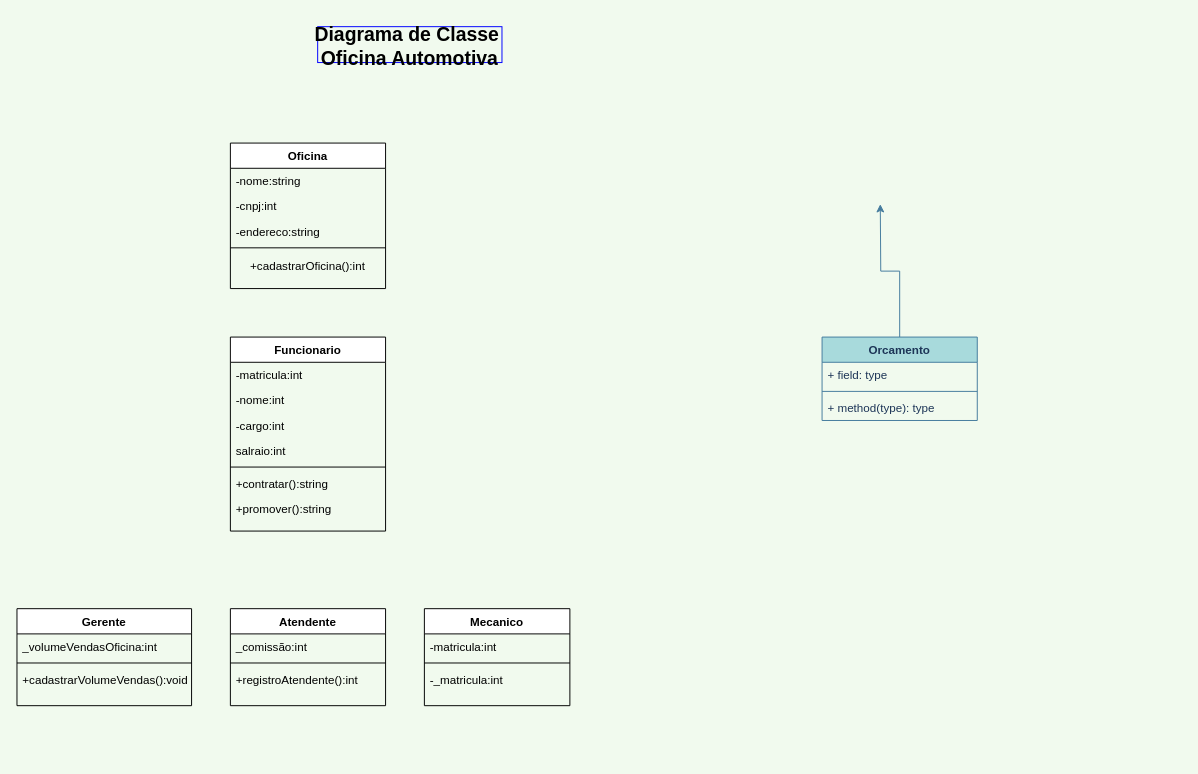
The draw.io diagram diagrama CRM Automotivo.drawio in Jcblustosa/crm-auto, before the edit. Source tidied: cells renumbered, new cells numbered last; positions are measured from the earlier drawing's top-left corner, leaving out a move shared by most shapes. Both pictures are drawn from the tidied source at 97%, with x=0, y=0 at pixel (16, 26).
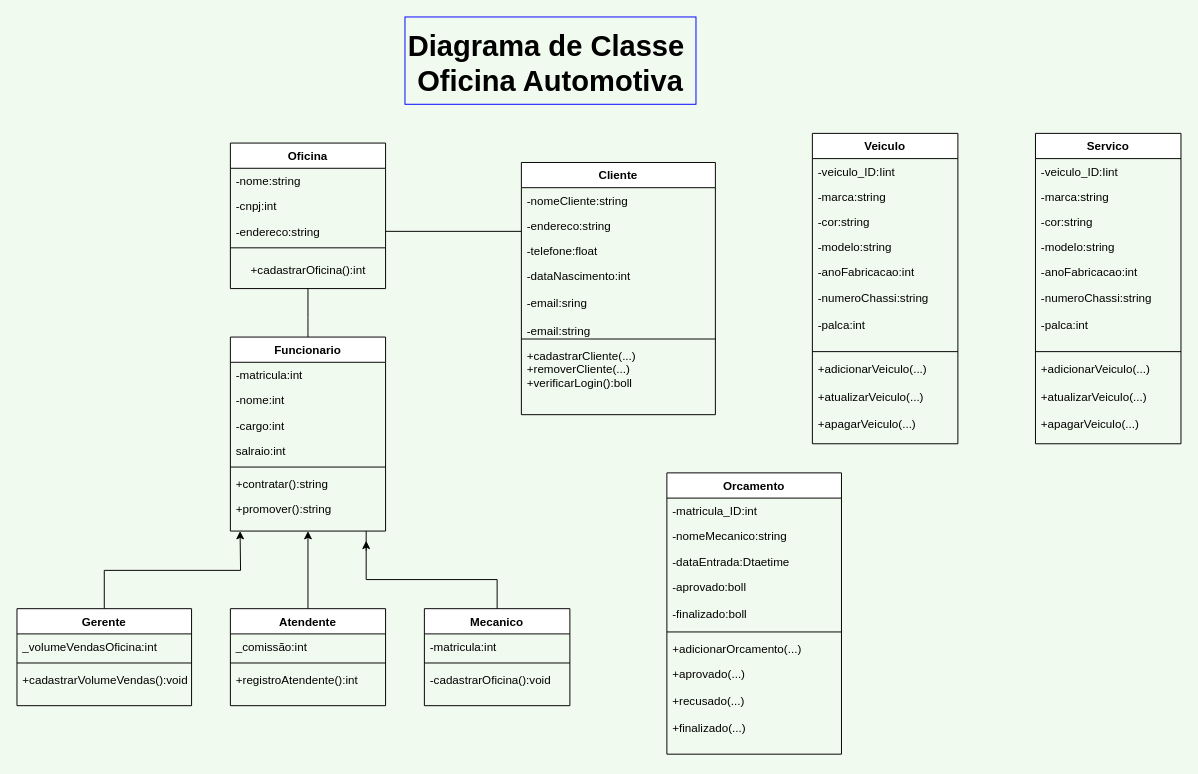
The same diagram, later.

The change refers to these unchanged cells:
```xml
<mxCell id="8" value="Oficina" style="swimlane;fontStyle=1;align=center;verticalAlign=top;horizontal=1;startSize=26;rounded=0;shadow=0;strokeWidth=1;" parent="1" vertex="1">
  <mxGeometry x="220" y="120" width="160" height="150" as="geometry" />
</mxCell>
<mxCell id="11" value="-endereco:string" style="text;align=left;verticalAlign=top;spacingLeft=4;spacingRight=4;overflow=hidden;points=[[0,0.5],[1,0.5]];portConstraint=eastwest;rounded=0;shadow=0;html=0;" parent="8" vertex="1">
  <mxGeometry y="78" width="160" height="26" as="geometry" />
</mxCell>
<mxCell id="14" value="Funcionario" style="swimlane;fontStyle=1;align=center;verticalAlign=top;horizontal=1;startSize=26;rounded=0;shadow=0;strokeWidth=1;" parent="1" vertex="1">
  <mxGeometry x="220" y="320" width="160" height="200" as="geometry" />
</mxCell>
<mxCell id="22" value="Gerente" style="swimlane;fontStyle=1;align=center;verticalAlign=top;horizontal=1;startSize=26;rounded=0;shadow=0;strokeWidth=1;" parent="1" vertex="1">
  <mxGeometry y="600" width="180" height="100" as="geometry" />
</mxCell>
<mxCell id="26" value="Atendente" style="swimlane;fontStyle=1;align=center;verticalAlign=top;horizontal=1;startSize=26;rounded=0;shadow=0;strokeWidth=1;" parent="1" vertex="1">
  <mxGeometry x="220" y="600" width="160" height="100" as="geometry" />
</mxCell>
<mxCell id="30" value="Mecanico" style="swimlane;fontStyle=1;align=center;verticalAlign=top;horizontal=1;startSize=26;rounded=0;shadow=0;strokeWidth=1;" parent="1" vertex="1">
  <mxGeometry x="420" y="600" width="150" height="100" as="geometry" />
</mxCell>
```

The edit, as a diff of the source:
```diff
@@
-    <mxCell id="2" style="edgeStyle=orthogonalEdgeStyle;rounded=0;jettySize=auto;html=1;labelBackgroundColor=#F1FAEE;strokeColor=#457B9D;fontColor=#1D3557;" parent="1" edge="1" source="3">
-      <mxGeometry relative="1" as="geometry">
-        <mxPoint x="890" y="183" as="targetPoint" />
-      </mxGeometry>
-    </mxCell>
-    <mxCell id="3" value="Orcamento" style="swimlane;fontStyle=1;align=center;verticalAlign=top;horizontal=1;startSize=26;fillColor=#A8DADC;strokeColor=#457B9D;fontColor=#1D3557;" parent="1" vertex="1">
-      <mxGeometry x="830" y="320" width="160" height="86" as="geometry" />
-    </mxCell>
-    <mxCell id="4" value="+ field: type" style="text;strokeColor=none;fillColor=none;align=left;verticalAlign=top;spacingLeft=4;spacingRight=4;overflow=hidden;fontColor=#1D3557;" parent="3" vertex="1">
-      <mxGeometry y="26" width="160" height="26" as="geometry" />
-    </mxCell>
-    <mxCell id="5" style="line;strokeWidth=1;fillColor=none;align=left;verticalAlign=middle;spacingTop=-1;spacingLeft=3;spacingRight=3;labelPosition=right;labelBackgroundColor=#F1FAEE;strokeColor=#457B9D;fontColor=#1D3557;" parent="3" vertex="1">
-      <mxGeometry y="52" width="160" height="8" as="geometry" />
-    </mxCell>
-    <mxCell id="6" value="+ method(type): type" style="text;strokeColor=none;fillColor=none;align=left;verticalAlign=top;spacingLeft=4;spacingRight=4;overflow=hidden;fontColor=#1D3557;" parent="3" vertex="1">
-      <mxGeometry y="60" width="160" height="26" as="geometry" />
-    </mxCell>
-    <mxCell id="7" value="Diagrama de Classe &#10;Oficina Automotiva" style="text;align=center;fontStyle=1;verticalAlign=middle;spacingLeft=3;spacingRight=3;strokeColor=#0000FF;fontSize=20;fontColor=#000000;" parent="1" vertex="1">
-      <mxGeometry x="310" width="190" height="37" as="geometry" />
+    <mxCell id="7" value="Diagrama de Classe &#10;Oficina Automotiva" style="text;align=center;fontStyle=1;verticalAlign=middle;spacingLeft=3;spacingRight=3;strokeColor=#0000FF;fontSize=30;fontColor=#000000;" parent="1" vertex="1">
+      <mxGeometry x="400" y="-10" width="300" height="90" as="geometry" />
     </mxCell>
@@
-    <mxCell id="13" value="+cadastrarOficina():int" style="text;html=1;strokeColor=none;fillColor=none;align=center;verticalAlign=middle;whiteSpace=wrap;rounded=0;" parent="8" vertex="1">
-      <mxGeometry y="112" width="160" height="30" as="geometry" />
-    </mxCell>
+    <mxCell id="34" value="&lt;font style=&quot;font-size: 12px&quot;&gt;+&lt;font style=&quot;font-size: 12px&quot;&gt;cadastrarOficina():int&lt;/font&gt;&lt;/font&gt;" style="text;html=1;align=center;verticalAlign=middle;strokeColor=none;fillColor=none;fontSize=20;" parent="8" vertex="1">
+      <mxGeometry y="112" width="160" height="30" as="geometry" />
+    </mxCell>
+    <mxCell id="35" style="endArrow=none;html=1;fontFamily=Helvetica;fontSize=30;fontColor=default;align=center;strokeColor=default;edgeStyle=orthogonalEdgeStyle;" parent="1" edge="1" source="14" target="8">
+      <mxGeometry relative="1" as="geometry">
+        <Array as="points">
+          <mxPoint x="300" y="310" />
+          <mxPoint x="300" y="310" />
+        </Array>
+      </mxGeometry>
+    </mxCell>
@@
+    <mxCell id="36" style="edgeStyle=orthogonalEdgeStyle;rounded=0;jettySize=auto;html=1;exitX=0.5;exitY=0;exitDx=0;exitDy=0;fontSize=30;" parent="1" edge="1" source="22">
+      <mxGeometry relative="1" as="geometry">
+        <mxPoint x="230" y="520" as="targetPoint" />
+      </mxGeometry>
+    </mxCell>
@@
+    <mxCell id="37" style="edgeStyle=orthogonalEdgeStyle;rounded=0;jettySize=auto;html=1;entryX=0.5;entryY=1;entryDx=0;entryDy=0;fontSize=30;" parent="1" edge="1" source="26" target="14">
+      <mxGeometry relative="1" as="geometry" />
+    </mxCell>
@@
+    <mxCell id="38" style="edgeStyle=orthogonalEdgeStyle;rounded=0;orthogonalLoop=1;jettySize=auto;html=1;fontSize=30;startArrow=none;" parent="1" edge="1">
+      <mxGeometry relative="1" as="geometry">
+        <mxPoint x="360" y="540" as="sourcePoint" />
+        <mxPoint x="360" y="530" as="targetPoint" />
+        <Array as="points">
+          <mxPoint x="360" y="530" />
+        </Array>
+      </mxGeometry>
+    </mxCell>
@@
-    <mxCell id="33" value="-_matricula:int" style="text;align=left;verticalAlign=top;spacingLeft=4;spacingRight=4;overflow=hidden;" parent="30" vertex="1">
+    <mxCell id="33" value="-cadastrarOficina():void" style="text;align=left;verticalAlign=top;spacingLeft=4;spacingRight=4;overflow=hidden;" parent="30" vertex="1">
       <mxGeometry y="60" width="150" height="26" as="geometry" />
     </mxCell>
+    <mxCell id="39" style="edgeStyle=orthogonalEdgeStyle;rounded=0;jettySize=auto;html=1;fontSize=30;endArrow=none;" parent="1" edge="1" source="30">
+      <mxGeometry relative="1" as="geometry">
+        <mxPoint x="360" y="520" as="targetPoint" />
+        <Array as="points">
+          <mxPoint x="495" y="570" />
+          <mxPoint x="360" y="570" />
+        </Array>
+      </mxGeometry>
+    </mxCell>
+    <mxCell id="40" value="Cliente" style="swimlane;fontStyle=1;align=center;verticalAlign=top;horizontal=1;startSize=26;rounded=0;shadow=0;strokeWidth=1;" parent="1" vertex="1">
+      <mxGeometry x="520" y="140" width="200" height="260" as="geometry" />
+    </mxCell>
+    <mxCell id="41" value="-nomeCliente:string" style="text;align=left;verticalAlign=top;spacingLeft=4;spacingRight=4;overflow=hidden;" parent="40" vertex="1">
+      <mxGeometry y="26" width="200" height="26" as="geometry" />
+    </mxCell>
+    <mxCell id="42" value="-endereco:string" style="text;align=left;verticalAlign=top;spacingLeft=4;spacingRight=4;overflow=hidden;rounded=0;shadow=0;html=0;" parent="40" vertex="1">
+      <mxGeometry y="52" width="200" height="26" as="geometry" />
+    </mxCell>
+    <mxCell id="43" value="-telefone:float" style="text;align=left;verticalAlign=top;spacingLeft=4;spacingRight=4;overflow=hidden;rounded=0;shadow=0;html=0;" parent="40" vertex="1">
+      <mxGeometry y="78" width="200" height="26" as="geometry" />
+    </mxCell>
+    <mxCell id="44" value="-dataNascimento:int&#10;&#10;-email:sring&#10;&#10;-email:string" style="text;align=left;verticalAlign=top;spacingLeft=4;spacingRight=4;overflow=hidden;rounded=0;shadow=0;html=0;textDirection=ltr;" parent="40" vertex="1">
+      <mxGeometry y="104" width="200" height="74" as="geometry" />
+    </mxCell>
+    <mxCell id="45" style="line;html=1;strokeWidth=1;align=left;verticalAlign=middle;spacingTop=-1;spacingLeft=3;spacingRight=3;labelPosition=right;" parent="40" vertex="1">
+      <mxGeometry y="178" width="200" height="8" as="geometry" />
+    </mxCell>
+    <mxCell id="46" value="+cadastrarCliente(...)&#10;+removerCliente(...)&#10;+verificarLogin():boll" style="text;align=left;verticalAlign=top;spacingLeft=4;spacingRight=4;overflow=hidden;" parent="40" vertex="1">
+      <mxGeometry y="186" width="200" height="64" as="geometry" />
+    </mxCell>
+    <mxCell id="3" value="Orcamento" style="swimlane;fontStyle=1;align=center;verticalAlign=top;horizontal=1;startSize=26;rounded=0;shadow=0;strokeWidth=1;" parent="1" vertex="1">
+      <mxGeometry x="670" y="460" width="180" height="290" as="geometry" />
+    </mxCell>
+    <mxCell id="47" value="-matricula_ID:int" style="text;align=left;verticalAlign=top;spacingLeft=4;spacingRight=4;overflow=hidden;" parent="3" vertex="1">
+      <mxGeometry y="26" width="180" height="26" as="geometry" />
+    </mxCell>
+    <mxCell id="48" value="-nomeMecanico:string" style="text;align=left;verticalAlign=top;spacingLeft=4;spacingRight=4;overflow=hidden;rounded=0;shadow=0;html=0;" parent="3" vertex="1">
+      <mxGeometry y="52" width="180" height="26" as="geometry" />
+    </mxCell>
+    <mxCell id="49" value="-dataEntrada:Dtaetime" style="text;align=left;verticalAlign=top;spacingLeft=4;spacingRight=4;overflow=hidden;rounded=0;shadow=0;html=0;" parent="3" vertex="1">
+      <mxGeometry y="78" width="180" height="26" as="geometry" />
+    </mxCell>
+    <mxCell id="50" value="-aprovado:boll&#10;&#10;-finalizado:boll" style="text;align=left;verticalAlign=top;spacingLeft=4;spacingRight=4;overflow=hidden;rounded=0;shadow=0;html=0;textDirection=ltr;" parent="3" vertex="1">
+      <mxGeometry y="104" width="180" height="56" as="geometry" />
+    </mxCell>
+    <mxCell id="51" style="line;html=1;strokeWidth=1;align=left;verticalAlign=middle;spacingTop=-1;spacingLeft=3;spacingRight=3;labelPosition=right;" parent="3" vertex="1">
+      <mxGeometry y="160" width="180" height="8" as="geometry" />
+    </mxCell>
+    <mxCell id="52" value="+adicionarOrcamento(...)" style="text;align=left;verticalAlign=top;spacingLeft=4;spacingRight=4;overflow=hidden;" parent="3" vertex="1">
+      <mxGeometry y="168" width="180" height="26" as="geometry" />
+    </mxCell>
+    <mxCell id="53" value="+aprovado(...)&#10;&#10;+recusado(...)&#10;&#10;+finalizado(...)" style="text;align=left;verticalAlign=top;spacingLeft=4;spacingRight=4;overflow=hidden;" parent="3" vertex="1">
+      <mxGeometry y="194" width="180" height="96" as="geometry" />
+    </mxCell>
+    <mxCell id="54" value="Veiculo" style="swimlane;fontStyle=1;align=center;verticalAlign=top;horizontal=1;startSize=26;rounded=0;shadow=0;strokeWidth=1;" parent="1" vertex="1">
+      <mxGeometry x="820" y="110" width="150" height="320" as="geometry" />
+    </mxCell>
+    <mxCell id="55" value="-veiculo_ID:Iint" style="text;align=left;verticalAlign=top;spacingLeft=4;spacingRight=4;overflow=hidden;" parent="54" vertex="1">
+      <mxGeometry y="26" width="150" height="26" as="geometry" />
+    </mxCell>
+    <mxCell id="56" value="-marca:string" style="text;align=left;verticalAlign=top;spacingLeft=4;spacingRight=4;overflow=hidden;rounded=0;shadow=0;html=0;" parent="54" vertex="1">
+      <mxGeometry y="52" width="150" height="26" as="geometry" />
+    </mxCell>
+    <mxCell id="57" value="-cor:string" style="text;align=left;verticalAlign=top;spacingLeft=4;spacingRight=4;overflow=hidden;rounded=0;shadow=0;html=0;" parent="54" vertex="1">
+      <mxGeometry y="78" width="150" height="26" as="geometry" />
+    </mxCell>
+    <mxCell id="58" value="-modelo:string" style="text;align=left;verticalAlign=top;spacingLeft=4;spacingRight=4;overflow=hidden;rounded=0;shadow=0;html=0;textDirection=ltr;" parent="54" vertex="1">
+      <mxGeometry y="104" width="150" height="26" as="geometry" />
+    </mxCell>
+    <mxCell id="59" value="-anoFabricacao:int" style="text;align=left;verticalAlign=top;spacingLeft=4;spacingRight=4;overflow=hidden;" parent="54" vertex="1">
+      <mxGeometry y="130" width="150" height="26" as="geometry" />
+    </mxCell>
+    <mxCell id="60" value="-numeroChassi:string&#10;&#10;-palca:int" style="text;align=left;verticalAlign=top;spacingLeft=4;spacingRight=4;overflow=hidden;" parent="54" vertex="1">
+      <mxGeometry y="156" width="150" height="64" as="geometry" />
+    </mxCell>
+    <mxCell id="61" style="line;html=1;strokeWidth=1;align=left;verticalAlign=middle;spacingTop=-1;spacingLeft=3;spacingRight=3;labelPosition=right;" parent="54" vertex="1">
+      <mxGeometry y="220" width="150" height="10" as="geometry" />
+    </mxCell>
+    <mxCell id="62" value="+adicionarVeiculo(...)&#10;&#10;+atualizarVeiculo(...)&#10;&#10;+apagarVeiculo(...)" style="text;align=left;verticalAlign=top;spacingLeft=4;spacingRight=4;overflow=hidden;" parent="54" vertex="1">
+      <mxGeometry y="230" width="150" height="90" as="geometry" />
+    </mxCell>
+    <mxCell id="63" value="Servico" style="swimlane;fontStyle=1;align=center;verticalAlign=top;horizontal=1;startSize=26;rounded=0;shadow=0;strokeWidth=1;" parent="1" vertex="1">
+      <mxGeometry x="1050" y="110" width="150" height="320" as="geometry" />
+    </mxCell>
+    <mxCell id="64" value="-veiculo_ID:Iint" style="text;align=left;verticalAlign=top;spacingLeft=4;spacingRight=4;overflow=hidden;" parent="63" vertex="1">
+      <mxGeometry y="26" width="150" height="26" as="geometry" />
+    </mxCell>
+    <mxCell id="65" value="-marca:string" style="text;align=left;verticalAlign=top;spacingLeft=4;spacingRight=4;overflow=hidden;rounded=0;shadow=0;html=0;" parent="63" vertex="1">
+      <mxGeometry y="52" width="150" height="26" as="geometry" />
+    </mxCell>
+    <mxCell id="66" value="-cor:string" style="text;align=left;verticalAlign=top;spacingLeft=4;spacingRight=4;overflow=hidden;rounded=0;shadow=0;html=0;" parent="63" vertex="1">
+      <mxGeometry y="78" width="150" height="26" as="geometry" />
+    </mxCell>
+    <mxCell id="67" value="-modelo:string" style="text;align=left;verticalAlign=top;spacingLeft=4;spacingRight=4;overflow=hidden;rounded=0;shadow=0;html=0;textDirection=ltr;" parent="63" vertex="1">
+      <mxGeometry y="104" width="150" height="26" as="geometry" />
+    </mxCell>
+    <mxCell id="68" value="-anoFabricacao:int" style="text;align=left;verticalAlign=top;spacingLeft=4;spacingRight=4;overflow=hidden;" parent="63" vertex="1">
+      <mxGeometry y="130" width="150" height="26" as="geometry" />
+    </mxCell>
+    <mxCell id="69" value="-numeroChassi:string&#10;&#10;-palca:int" style="text;align=left;verticalAlign=top;spacingLeft=4;spacingRight=4;overflow=hidden;" parent="63" vertex="1">
+      <mxGeometry y="156" width="150" height="64" as="geometry" />
+    </mxCell>
+    <mxCell id="70" style="line;html=1;strokeWidth=1;align=left;verticalAlign=middle;spacingTop=-1;spacingLeft=3;spacingRight=3;labelPosition=right;" parent="63" vertex="1">
+      <mxGeometry y="220" width="150" height="10" as="geometry" />
+    </mxCell>
+    <mxCell id="71" value="+adicionarVeiculo(...)&#10;&#10;+atualizarVeiculo(...)&#10;&#10;+apagarVeiculo(...)" style="text;align=left;verticalAlign=top;spacingLeft=4;spacingRight=4;overflow=hidden;" parent="63" vertex="1">
+      <mxGeometry y="230" width="150" height="90" as="geometry" />
+    </mxCell>
+    <mxCell id="72" style="endArrow=none;html=1;rounded=0;fontSize=12;exitX=1;exitY=0.5;exitDx=0;exitDy=0;" parent="1" edge="1" source="11">
+      <mxGeometry relative="1" as="geometry">
+        <mxPoint x="520" y="211" as="targetPoint" />
+      </mxGeometry>
+    </mxCell>
```
